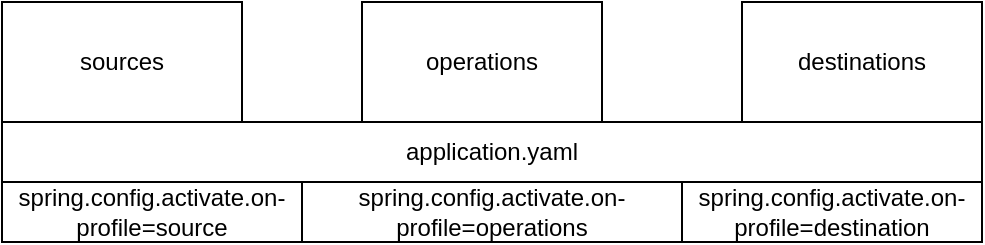
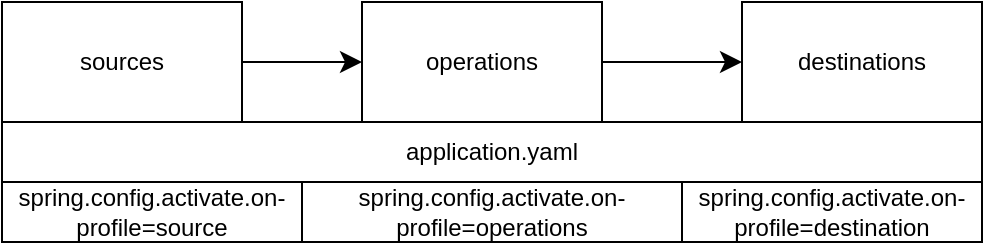
<mxfile host="app.diagrams.net">
  <diagram name="Page-1" id="lVCeAQP5J8Vv2JuceWTL">
    <mxGraphModel dx="781" dy="543" grid="1" gridSize="10" guides="1" tooltips="1" connect="1" arrows="1" fold="1" page="1" pageScale="1" pageWidth="850" pageHeight="1100" math="0" shadow="0">
      <root>
        <mxCell id="0" />
        <mxCell id="emXdRVptBhWksskM6nTK-1" parent="0" />
+         <mxCell id="1wBVQuu6lKLwp-CfQ4V7-0" edge="1" parent="emXdRVptBhWksskM6nTK-1" source="emXdRVptBhWksskM6nTK-2" style="edgeStyle=none;curved=1;rounded=0;orthogonalLoop=1;jettySize=auto;html=1;fontSize=12;startSize=8;endSize=8;" target="emXdRVptBhWksskM6nTK-3" value="">
+           <mxGeometry relative="1" as="geometry" />
+         </mxCell>
        <mxCell id="emXdRVptBhWksskM6nTK-2" parent="emXdRVptBhWksskM6nTK-1" style="rounded=0;whiteSpace=wrap;html=1;" value="sources" vertex="1">
          <mxGeometry height="60" width="120" x="90" y="300" as="geometry" />
+         </mxCell>
+         <mxCell id="1wBVQuu6lKLwp-CfQ4V7-1" edge="1" parent="emXdRVptBhWksskM6nTK-1" source="emXdRVptBhWksskM6nTK-3" style="edgeStyle=none;curved=1;rounded=0;orthogonalLoop=1;jettySize=auto;html=1;fontSize=12;startSize=8;endSize=8;" target="emXdRVptBhWksskM6nTK-5" value="">
+           <mxGeometry relative="1" as="geometry" />
+         </mxCell>
+         <mxCell id="1wBVQuu6lKLwp-CfQ4V7-2" edge="1" parent="emXdRVptBhWksskM6nTK-1" source="emXdRVptBhWksskM6nTK-3" style="edgeStyle=none;curved=1;rounded=0;orthogonalLoop=1;jettySize=auto;html=1;fontSize=12;startSize=8;endSize=8;" target="emXdRVptBhWksskM6nTK-5" value="">
+           <mxGeometry relative="1" as="geometry" />
+         </mxCell>
+         <mxCell id="1wBVQuu6lKLwp-CfQ4V7-3" edge="1" parent="emXdRVptBhWksskM6nTK-1" source="emXdRVptBhWksskM6nTK-3" style="edgeStyle=none;curved=1;rounded=0;orthogonalLoop=1;jettySize=auto;html=1;entryX=0;entryY=0.5;entryDx=0;entryDy=0;fontSize=12;startSize=8;endSize=8;" target="emXdRVptBhWksskM6nTK-4">
+           <mxGeometry relative="1" as="geometry" />
        </mxCell>
        <mxCell id="emXdRVptBhWksskM6nTK-3" parent="emXdRVptBhWksskM6nTK-1" style="rounded=0;whiteSpace=wrap;html=1;" value="operations" vertex="1">
          <mxGeometry height="60" width="120" x="270" y="300" as="geometry" />
        </mxCell>
        <mxCell id="emXdRVptBhWksskM6nTK-4" parent="emXdRVptBhWksskM6nTK-1" style="rounded=0;whiteSpace=wrap;html=1;" value="destinations" vertex="1">
          <mxGeometry height="60" width="120" x="460" y="300" as="geometry" />
        </mxCell>
        <mxCell id="emXdRVptBhWksskM6nTK-5" parent="emXdRVptBhWksskM6nTK-1" style="rounded=0;whiteSpace=wrap;html=1;" value="application.yaml" vertex="1">
          <mxGeometry height="30" width="490" x="90" y="360" as="geometry" />
        </mxCell>
        <mxCell id="emXdRVptBhWksskM6nTK-6" parent="emXdRVptBhWksskM6nTK-1" style="rounded=0;whiteSpace=wrap;html=1;" value="spring.config.activate.on-profile=source" vertex="1">
          <mxGeometry height="30" width="150" x="90" y="390" as="geometry" />
        </mxCell>
        <mxCell id="emXdRVptBhWksskM6nTK-7" parent="emXdRVptBhWksskM6nTK-1" style="rounded=0;whiteSpace=wrap;html=1;" value="spring.config.activate.on-profile=operations" vertex="1">
          <mxGeometry height="30" width="190" x="240" y="390" as="geometry" />
        </mxCell>
        <mxCell id="emXdRVptBhWksskM6nTK-8" parent="emXdRVptBhWksskM6nTK-1" style="rounded=0;whiteSpace=wrap;html=1;" value="spring.config.activate.on-profile=destination" vertex="1">
          <mxGeometry height="30" width="150" x="430" y="390" as="geometry" />
        </mxCell>
      </root>
    </mxGraphModel>
  </diagram>
</mxfile>
